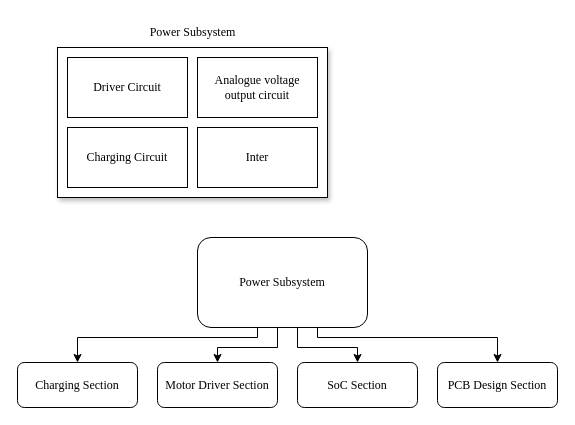
This is documents/power/power-module-section-diagram.drawio from Luke-VDW/micromouse, a draw.io file, before an edit. Source tidied: cells renumbered, new cells numbered last; positions are measured from the earlier drawing's top-left corner, leaving out a move shared by most shapes. Both pictures are drawn from the tidied source at 100%, with x=0, y=0 at pixel (17, 17).
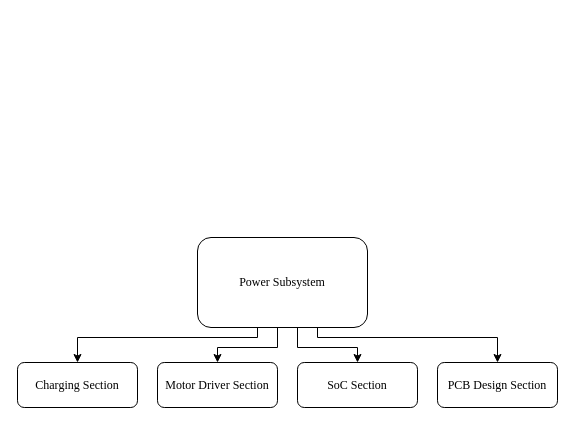
The same diagram, later.

Change to the diagram source:
```diff
@@
-    <mxCell id="2" style="rounded=0;whiteSpace=wrap;html=1;shadow=1;fillStyle=auto;fillColor=default;gradientColor=none;" parent="1" vertex="1">
-      <mxGeometry x="40" y="30" width="270" height="150" as="geometry" />
-    </mxCell>
-    <mxCell id="3" value="&lt;font face=&quot;Times New Roman&quot;&gt;Inter&lt;/font&gt;" style="rounded=0;whiteSpace=wrap;html=1;" parent="1" vertex="1">
-      <mxGeometry x="180" y="110" width="120" height="60" as="geometry" />
-    </mxCell>
-    <mxCell id="4" value="&lt;font face=&quot;Times New Roman&quot;&gt;Charging Circuit&lt;/font&gt;" style="rounded=0;whiteSpace=wrap;html=1;" parent="1" vertex="1">
-      <mxGeometry x="50" y="110" width="120" height="60" as="geometry" />
-    </mxCell>
-    <mxCell id="5" value="&lt;font face=&quot;Times New Roman&quot;&gt;Driver Circuit&lt;/font&gt;" style="rounded=0;whiteSpace=wrap;html=1;" parent="1" vertex="1">
-      <mxGeometry x="50" y="40" width="120" height="60" as="geometry" />
-    </mxCell>
-    <mxCell id="6" value="&lt;font face=&quot;Times New Roman&quot;&gt;Analogue voltage output circuit&lt;/font&gt;" style="rounded=0;whiteSpace=wrap;html=1;" parent="1" vertex="1">
-      <mxGeometry x="180" y="40" width="120" height="60" as="geometry" />
-    </mxCell>
-    <mxCell id="7" value="&lt;font face=&quot;Times New Roman&quot;&gt;Power Subsystem&lt;/font&gt;" style="text;html=1;align=center;verticalAlign=middle;whiteSpace=wrap;rounded=0;" parent="1" vertex="1">
-      <mxGeometry x="112.5" width="125" height="30" as="geometry" />
-    </mxCell>
```
